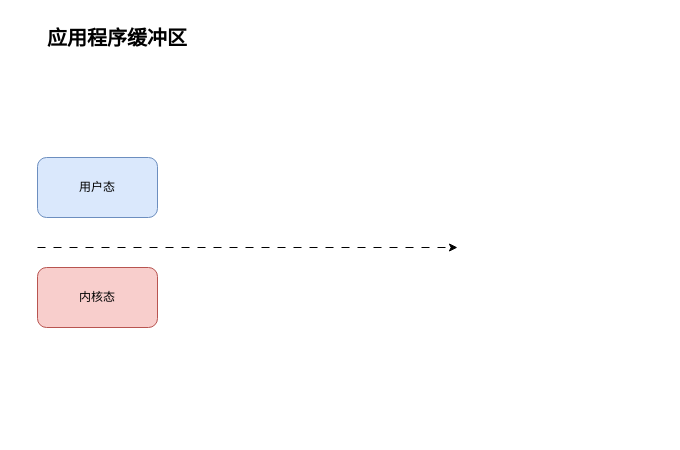
This is page "Page-1" (1 of 7) of 未命名绘图.drawio from nayouzhenai/java_web, a draw.io file, before an edit. Source tidied: cells renumbered, new cells numbered last; positions are measured from the earlier drawing's top-left corner, leaving out a move shared by most shapes. Both pictures are drawn from the tidied source at 100%, with x=0, y=0 at pixel (17, 17).
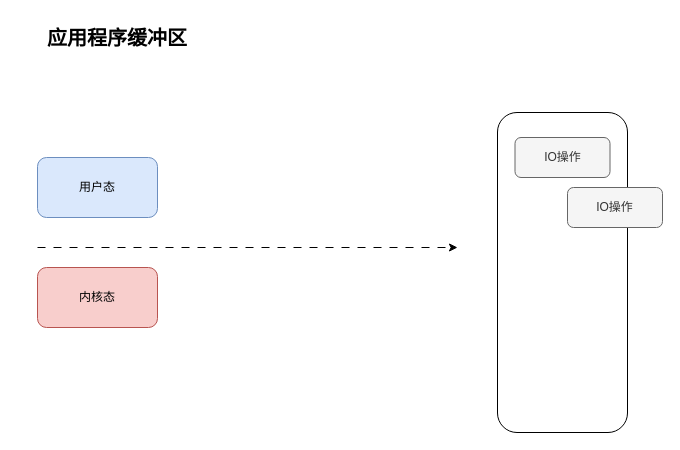
The same diagram, later.

Commit message (it also covers changes not shown here):
更新未命名绘图.drawio

Change to the diagram source:
```diff
@@
 <mxGraphModel>
   <root>
     <mxCell id="0" />
     <mxCell id="1" parent="0" />
     <mxCell id="2" value="应用程序缓冲区" style="text;html=1;strokeColor=none;fillColor=none;align=center;verticalAlign=middle;whiteSpace=wrap;rounded=0;fontSize=20;fontStyle=1;" parent="1" vertex="1">
       <mxGeometry width="200" height="40" as="geometry" />
     </mxCell>
     <mxCell id="3" style="endArrow=classic;html=1;rounded=0;dashed=1;dashPattern=8 8;" parent="1" edge="1">
       <mxGeometry relative="1" as="geometry">
         <mxPoint x="20" y="230" as="sourcePoint" />
         <mxPoint x="440" y="230" as="targetPoint" />
       </mxGeometry>
     </mxCell>
     <mxCell id="4" value="用户态" style="rounded=1;whiteSpace=wrap;html=1;fillColor=#dae8fc;strokeColor=#6c8ebf;" parent="1" vertex="1">
       <mxGeometry x="20" y="140" width="120" height="60" as="geometry" />
     </mxCell>
     <mxCell id="5" value="内核态" style="rounded=1;whiteSpace=wrap;html=1;fillColor=#f8cecc;strokeColor=#b85450;" parent="1" vertex="1">
       <mxGeometry x="20" y="250" width="120" height="60" as="geometry" />
     </mxCell>
+    <mxCell id="6" style="rounded=1;whiteSpace=wrap;html=1;" parent="1" vertex="1">
+      <mxGeometry x="480" y="95" width="130" height="320" as="geometry" />
+    </mxCell>
+    <mxCell id="7" value="IO操作" style="rounded=1;whiteSpace=wrap;html=1;fillColor=#f5f5f5;strokeColor=#666666;fontColor=#333333;" parent="1" vertex="1">
+      <mxGeometry x="497.5" y="120" width="95" height="40" as="geometry" />
+    </mxCell>
+    <mxCell id="8" value="IO操作" style="rounded=1;whiteSpace=wrap;html=1;fillColor=#f5f5f5;strokeColor=#666666;fontColor=#333333;" parent="1" vertex="1">
+      <mxGeometry x="550" y="170" width="95" height="40" as="geometry" />
+    </mxCell>
   </root>
 </mxGraphModel>
```
